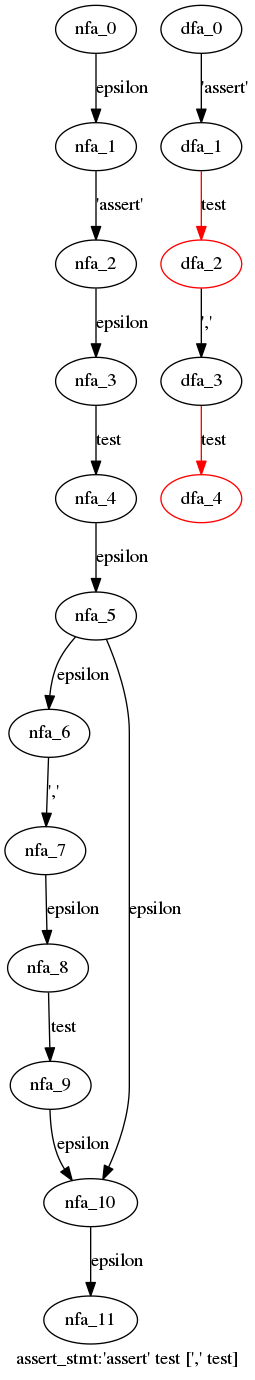
This is cpython/grammar/handwrite/nfa_dfas/38.assert_stmt.dot.png from WinChua/blog, a Graphviz export, as it was before one commit. Its source is kept beside it as cpython/grammar/handwrite/nfa_dfas/38.assert_stmt.dot.
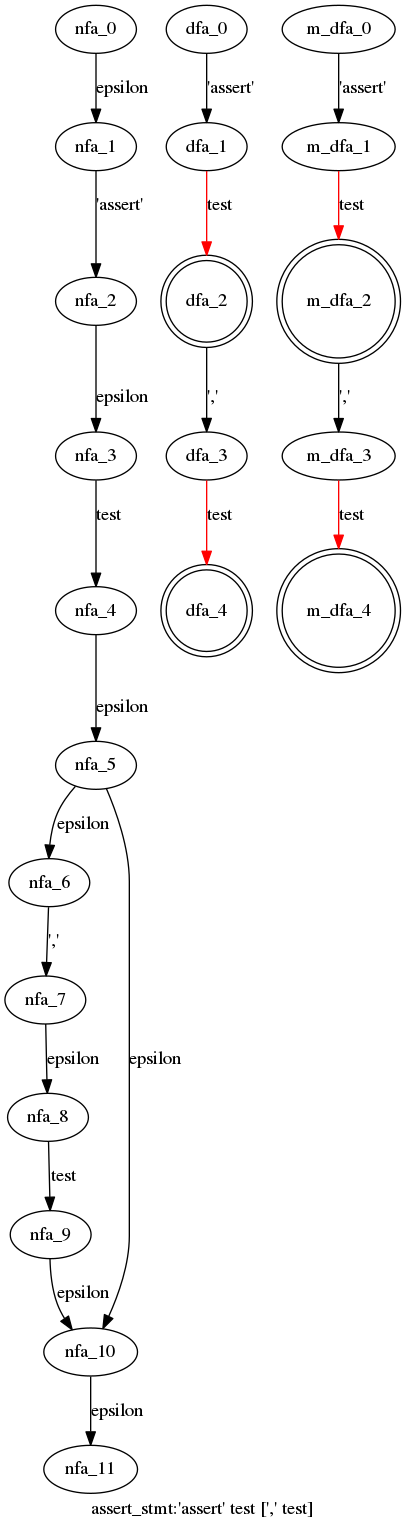
After the commit.

The edit, as a diff of the source:
```diff
@@ -19,7 +19,15 @@
   dfa_1->dfa_2[label="test",color=red]
   dfa_2->dfa_3[label="','"]
   dfa_3->dfa_4[label="test",color=red]
-  dfa_2[color=red]
-  dfa_4[color=red]
+  dfa_2[shape=doublecircle]
+  dfa_4[shape=doublecircle]
+  }
+ subgraph assert_stmt_m_dfa {
+  m_dfa_0->m_dfa_1[label="'assert'"]
+  m_dfa_1->m_dfa_2[label="test",color=red]
+  m_dfa_2->m_dfa_3[label="','"]
+  m_dfa_3->m_dfa_4[label="test",color=red]
+  m_dfa_2[shape=doublecircle]
+  m_dfa_4[shape=doublecircle]
   }
 }
```
